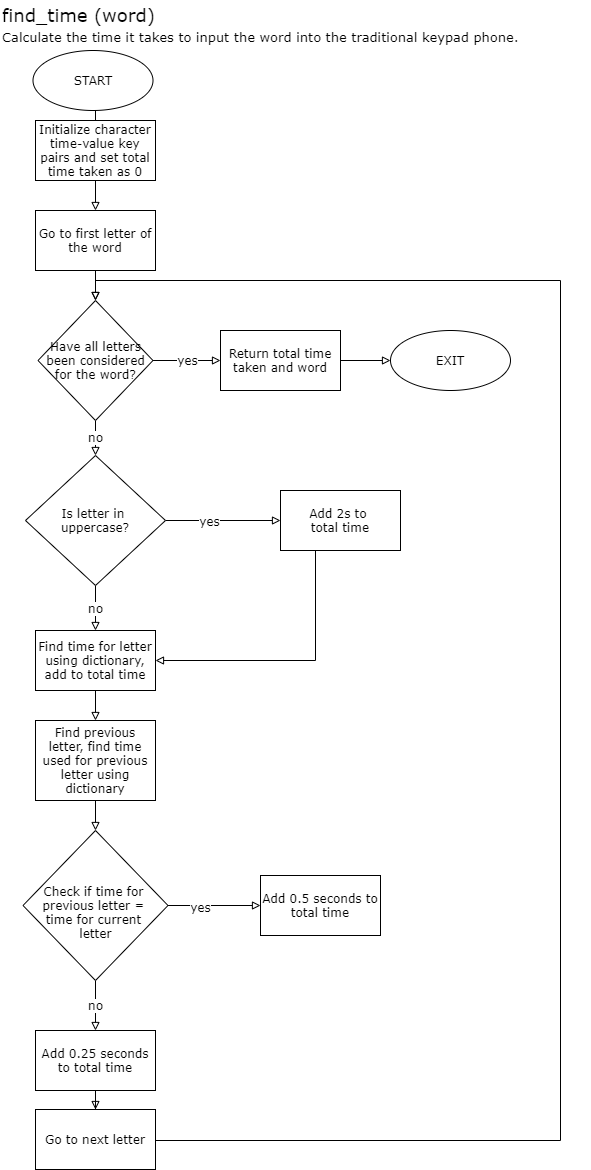
Before: P1/flowchart.drawio.png, a diagram exported from draw.io (prachee-n16/Waterloo-Engineering-Competition-Programming-Category). Source tidied: cells renumbered, new cells last; positions are measured from the earlier drawing's top-left corner, leaving out a move shared by most shapes.
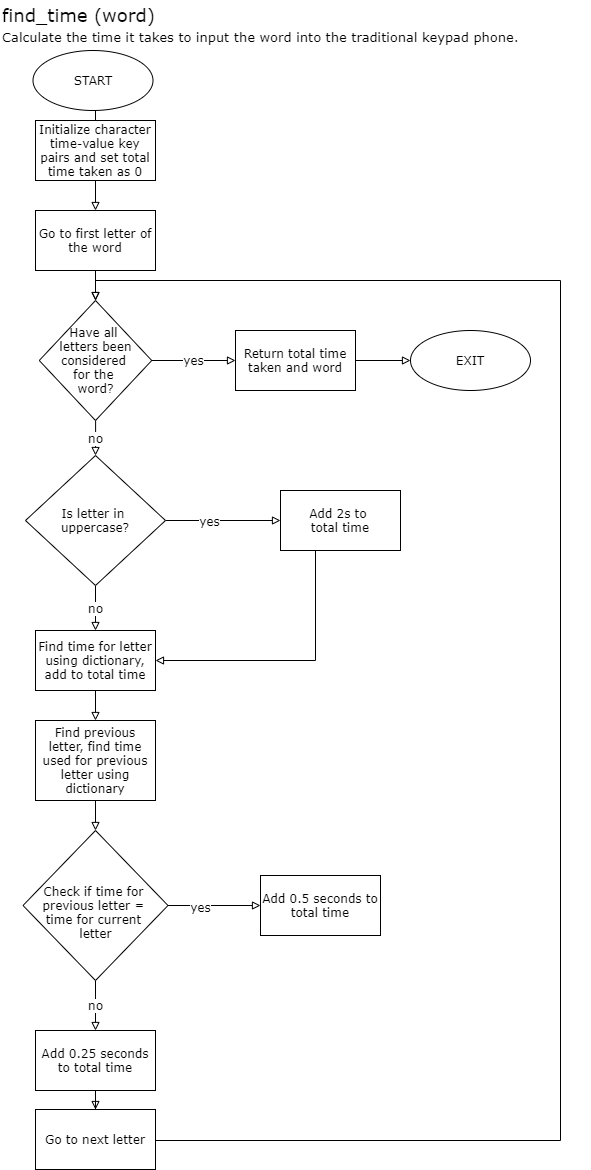
The same file after the commit.

Commit message:
Revised version of find time

Change to the diagram source:
```diff
@@ -84,8 +84,8 @@
     <mxCell id="27" value="yes" style="edgeStyle=orthogonalEdgeStyle;rounded=0;jettySize=auto;html=1;fontFamily=Verdana;fontSize=12;endArrow=block;endFill=0;" parent="1" edge="1" source="28" target="32">
       <mxGeometry relative="1" as="geometry" />
     </mxCell>
-    <mxCell id="28" value="Have all letters been considered for the word?" style="rhombus;whiteSpace=wrap;html=1;rounded=0;fontFamily=Verdana;" parent="1" vertex="1">
-      <mxGeometry x="37.5" y="300" width="115" height="120" as="geometry" />
+    <mxCell id="28" value="Have all &lt;br&gt;letters been considered &lt;br&gt;for the &lt;br&gt;word?" style="rhombus;whiteSpace=wrap;html=1;rounded=0;fontFamily=Verdana;" parent="1" vertex="1">
+      <mxGeometry x="38.8" y="300" width="112.5" height="120" as="geometry" />
     </mxCell>
     <mxCell id="29" style="edgeStyle=orthogonalEdgeStyle;rounded=0;jettySize=auto;html=1;fontFamily=Verdana;fontSize=12;endArrow=block;endFill=0;entryX=0.5;entryY=0;entryDx=0;entryDy=0;" parent="1" edge="1" source="30" target="28">
       <mxGeometry relative="1" as="geometry">
@@ -103,10 +103,10 @@
       <mxGeometry relative="1" as="geometry" />
     </mxCell>
     <mxCell id="32" value="&lt;span&gt;Return total time taken and word&lt;/span&gt;" style="whiteSpace=wrap;html=1;rounded=0;fontFamily=Verdana;" parent="1" vertex="1">
-      <mxGeometry x="220" y="330" width="120" height="60" as="geometry" />
+      <mxGeometry x="235" y="330" width="120" height="60" as="geometry" />
     </mxCell>
     <mxCell id="33" value="EXIT" style="ellipse;whiteSpace=wrap;html=1;rounded=0;fontFamily=Verdana;" parent="1" vertex="1">
-      <mxGeometry x="390" y="330" width="120" height="60" as="geometry" />
+      <mxGeometry x="410" y="330" width="120" height="60" as="geometry" />
     </mxCell>
     <mxCell id="34" value="START" style="ellipse;whiteSpace=wrap;html=1;rounded=0;fontFamily=Verdana;" parent="1" vertex="1">
       <mxGeometry x="32.5" y="50" width="120" height="60" as="geometry" />
```
